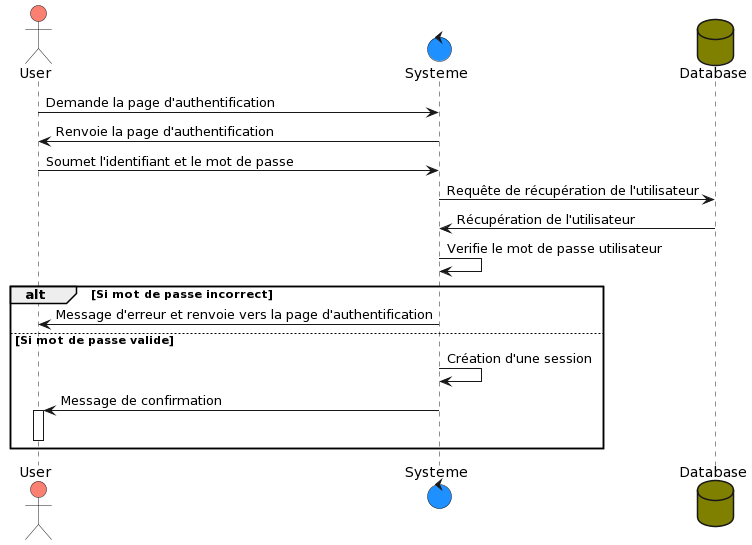
NassimTaoussi/SnowTricks keeps this PlantUML diagram as uml/Diagramme de séquences/Authentification/XP1BwXin3CRtFeKWYrdr0bcKGBFjfg47KEmlgS6F8Ca3FTASOoxMSJ8XZqB-tiY8x_53EpKMQpavnzwgq6-5q4OvvLgShyMa9ZhyLKC6RK8DPyWnDRZ0naTMqFx-sTGKHpXtZVZs_UxQqXwPIm0bfWkVGM7WPdzGB9wYPukrk5NRRTs-fL.png. Above is the earlier version.
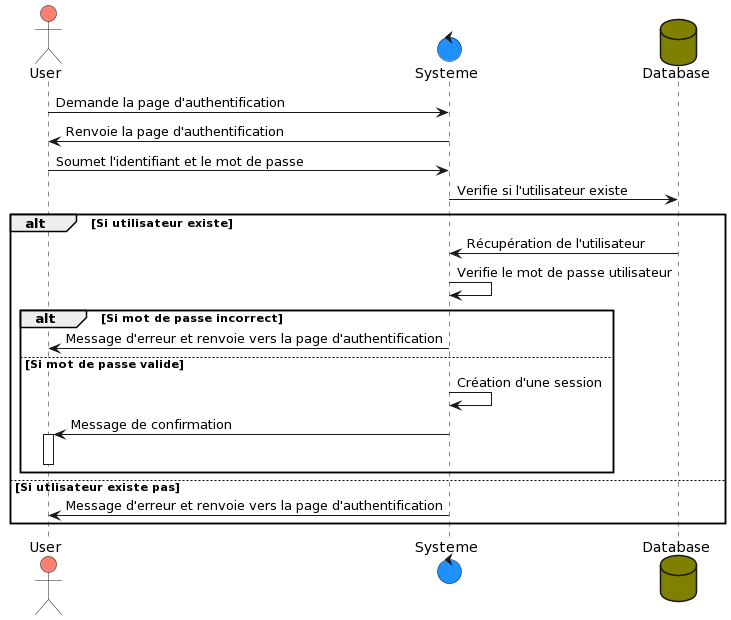
The same diagram one commit later.

Change to the diagram source:
```diff
@@ -6,11 +6,12 @@
 User -> Systeme: Demande la page d'authentification
 Systeme -> User: Renvoie la page d'authentification
 User -> Systeme : Soumet l'identifiant et le mot de passe
-Systeme -> Database : Requête de récupération de l'utilisateur
-Database -> Systeme : Récupération de l'utilisateur
-Systeme -> Systeme :Verifie le mot de passe utilisateur
+Systeme -> Database :Verifie si l'utilisateur existe
 
-   alt Si mot de passe incorrect
+alt Si utilisateur existe
+  Systeme <- Database : Récupération de l'utilisateur
+  Systeme -> Systeme :Verifie le mot de passe utilisateur
+  alt Si mot de passe incorrect
       Systeme -> User : Message d'erreur et renvoie vers la page d'authentification
 
    else Si mot de passe valide
@@ -20,4 +21,7 @@
       deactivate User
 
    end
+else Si utlisateur existe pas
+  Systeme -> User : Message d'erreur et renvoie vers la page d'authentification
+end
 @enduml
```
